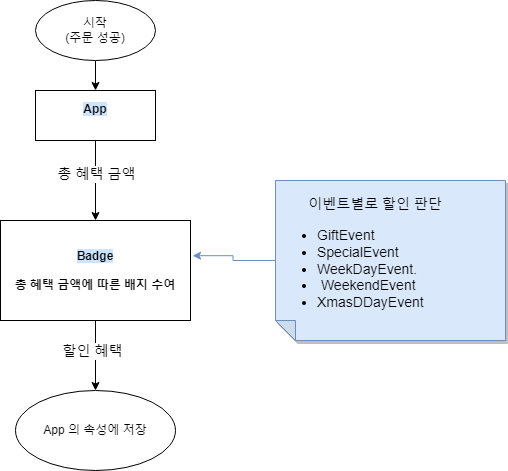
Before: readmeImages/배지.png, a diagram exported from draw.io (BadaHertz52/javascript-christmas-6-BadaHertz52). Source tidied: cells renumbered, new cells last; positions are measured from the earlier drawing's top-left corner, leaving out a move shared by most shapes.
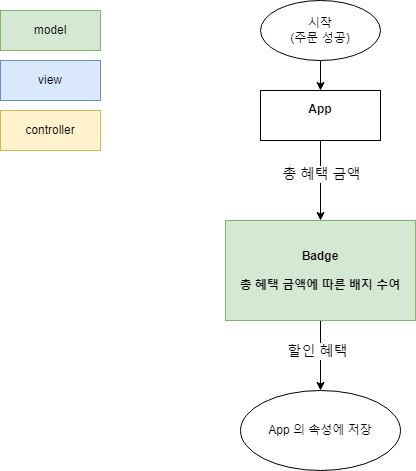
The same diagram one commit later.

Diff of the diagram source:
```diff
@@ -16,7 +16,7 @@
         <mxPoint x="2" as="offset" />
       </mxGeometry>
     </mxCell>
-    <mxCell id="6" value="&lt;span style=&quot;background-color: rgb(204, 229, 255);&quot;&gt;&lt;b&gt;App&lt;/b&gt;&lt;/span&gt;&lt;br&gt;&lt;p&gt;&lt;/p&gt;" style="rounded=0;whiteSpace=wrap;html=1;" parent="1" vertex="1">
+    <mxCell id="6" value="&lt;b style=&quot;&quot;&gt;App&lt;/b&gt;&lt;br&gt;&lt;p&gt;&lt;/p&gt;" style="rounded=0;whiteSpace=wrap;html=1;" parent="1" vertex="1">
       <mxGeometry x="35" y="90" width="120" height="50" as="geometry" />
     </mxCell>
     <mxCell id="7" style="edgeStyle=orthogonalEdgeStyle;rounded=0;jettySize=auto;html=1;" parent="1" edge="1" source="9" target="10">
@@ -25,17 +25,20 @@
     <mxCell id="8" value="&lt;font style=&quot;font-size: 14px;&quot;&gt;할인 혜택&amp;nbsp;&lt;/font&gt;" style="edgeLabel;html=1;align=center;verticalAlign=middle;" parent="7" vertex="1">
       <mxGeometry x="-0.13" y="-2" relative="1" as="geometry" />
     </mxCell>
-    <mxCell id="9" value="&lt;b style=&quot;&quot;&gt;&lt;span style=&quot;background-color: rgb(204, 229, 255);&quot;&gt;Badge&lt;/span&gt;&lt;br&gt;&lt;br&gt;&lt;span style=&quot;background-color: rgb(255, 255, 255);&quot;&gt;총 혜택 금액에 따른 배지 수여&lt;/span&gt;&lt;br&gt;&lt;/b&gt;" style="rounded=0;whiteSpace=wrap;html=1;" parent="1" vertex="1">
+    <mxCell id="9" value="&lt;b style=&quot;&quot;&gt;Badge&lt;br&gt;&lt;br&gt;총 혜택 금액에 따른 배지 수여&lt;br&gt;&lt;/b&gt;" style="rounded=0;whiteSpace=wrap;html=1;fillColor=#d5e8d4;strokeColor=#82b366;" parent="1" vertex="1">
       <mxGeometry y="220" width="190" height="100" as="geometry" />
     </mxCell>
     <mxCell id="10" value="App 의 속성에 저장" style="ellipse;whiteSpace=wrap;html=1;rounded=0;" parent="1" vertex="1">
       <mxGeometry x="15" y="390" width="160" height="80" as="geometry" />
     </mxCell>
-    <mxCell id="11" value="&lt;div style=&quot;&quot;&gt;&lt;span style=&quot;font-size: 14px;&quot;&gt;&lt;span style=&quot;white-space: pre;&quot;&gt;&#9;&lt;/span&gt;이벤트별로 할인 판단&lt;br&gt;&lt;/span&gt;&lt;/div&gt;&lt;ul style=&quot;font-size: 14px;&quot;&gt;&lt;li&gt;GiftEvent&lt;/li&gt;&lt;li&gt;SpecialEvent&lt;/li&gt;&lt;li&gt;WeekDayEvent.&lt;/li&gt;&lt;li&gt;&amp;nbsp;WeekendEvent&lt;/li&gt;&lt;li&gt;XmasDDayEvent&lt;/li&gt;&lt;/ul&gt;" style="shape=note;whiteSpace=wrap;html=1;backgroundOutline=1;darkOpacity=0.05;fillColor=#dae8fc;strokeColor=#6c8ebf;fillStyle=solid;direction=west;gradientDirection=north;shadow=1;size=20;align=left;" parent="1" vertex="1">
-      <mxGeometry x="275" y="180" width="230" height="160" as="geometry" />
-    </mxCell>
-    <mxCell id="12" style="edgeStyle=orthogonalEdgeStyle;rounded=0;jettySize=auto;html=1;entryX=1.011;entryY=0.352;entryDx=0;entryDy=0;entryPerimeter=0;fillColor=#dae8fc;strokeColor=#6c8ebf;" parent="1" edge="1" source="11" target="9">
-      <mxGeometry relative="1" as="geometry" />
-    </mxCell>
+    <mxCell id="13" value="controller" style="whiteSpace=wrap;html=1;fillColor=#fff2cc;strokeColor=#d6b656;" parent="1" vertex="1">
+      <mxGeometry x="-225" y="110" width="100" height="40" as="geometry" />
+    </mxCell>
+    <mxCell id="14" value="view" style="whiteSpace=wrap;html=1;fillColor=#dae8fc;strokeColor=#6c8ebf;" parent="1" vertex="1">
+      <mxGeometry x="-225" y="60" width="100" height="40" as="geometry" />
+    </mxCell>
+    <mxCell id="15" value="model" style="whiteSpace=wrap;html=1;fillColor=#d5e8d4;strokeColor=#82b366;" parent="1" vertex="1">
+      <mxGeometry x="-225" y="10" width="100" height="40" as="geometry" />
+    </mxCell>
   </root>
 </mxGraphModel>
```
